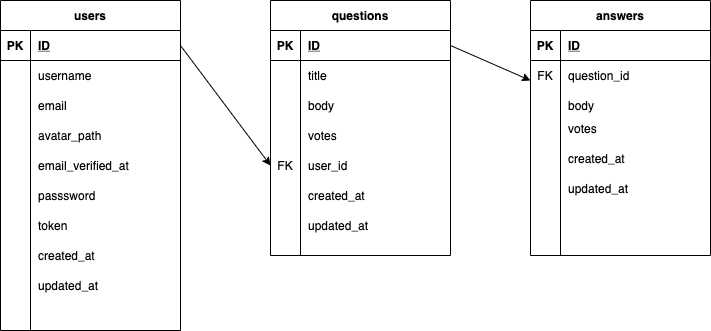
Before: diagram.png, a diagram exported from draw.io (LubovGolikova/laratest). Source tidied: cells renumbered, new cells last; positions are measured from the earlier drawing's top-left corner, leaving out a move shared by most shapes.
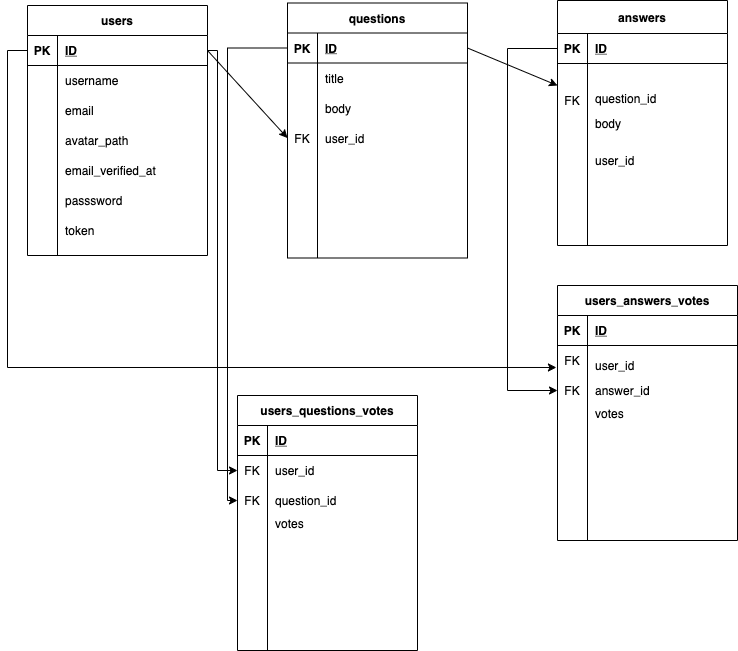
Above is the later version.

Diff of the diagram source:
```diff
@@ -3,7 +3,7 @@
     <mxCell id="0" />
     <mxCell id="1" parent="0" />
     <mxCell id="2" value="questions" style="shape=table;startSize=30;rowLines=0;fontStyle=1;align=center;" parent="1" vertex="1">
-      <mxGeometry x="270" width="180" height="255" as="geometry" />
+      <mxGeometry x="260" y="-2.5" width="180" height="255" as="geometry" />
     </mxCell>
     <mxCell id="3" style="shape=partialRectangle;fillColor=none;top=0;left=0;bottom=1;right=0;points=[[0,0.5],[1,0.5]];portConstraint=eastwest;" parent="2" vertex="1">
       <mxGeometry y="30" width="180" height="30" as="geometry" />
@@ -32,24 +32,24 @@
     <mxCell id="11" value="body" style="shape=partialRectangle;fillColor=none;top=0;left=0;bottom=0;right=0;align=left;spacingLeft=6;overflow=hidden;" parent="9" vertex="1">
       <mxGeometry x="30" width="150" height="30" as="geometry" />
     </mxCell>
+    <mxCell id="15" style="shape=partialRectangle;fillColor=none;top=0;left=0;bottom=0;right=0;points=[[0,0.5],[1,0.5]];portConstraint=eastwest;" parent="2" vertex="1">
+      <mxGeometry y="120" width="180" height="30" as="geometry" />
+    </mxCell>
+    <mxCell id="16" value="FK" style="shape=partialRectangle;fillColor=none;top=0;left=0;bottom=0;right=0;overflow=hidden;" parent="15" vertex="1">
+      <mxGeometry width="30" height="30" as="geometry" />
+    </mxCell>
+    <mxCell id="17" value="user_id" style="shape=partialRectangle;fillColor=none;top=0;left=0;bottom=0;right=0;align=left;spacingLeft=6;overflow=hidden;" parent="15" vertex="1">
+      <mxGeometry x="30" width="150" height="30" as="geometry" />
+    </mxCell>
     <mxCell id="12" style="shape=partialRectangle;fillColor=none;top=0;left=0;bottom=0;right=0;" parent="2" vertex="1">
-      <mxGeometry y="120" width="180" height="30" as="geometry" />
+      <mxGeometry y="150" width="180" height="30" as="geometry" />
     </mxCell>
     <mxCell id="13" style="shape=partialRectangle;fillColor=none;top=0;left=0;bottom=0;right=0;overflow=hidden;" parent="12" vertex="1">
       <mxGeometry width="30" height="30" as="geometry" />
     </mxCell>
-    <mxCell id="14" value="votes" style="shape=partialRectangle;fillColor=none;top=0;left=0;bottom=0;right=0;align=left;spacingLeft=6;overflow=hidden;" parent="12" vertex="1">
+    <mxCell id="14" style="shape=partialRectangle;fillColor=none;top=0;left=0;bottom=0;right=0;align=left;spacingLeft=6;overflow=hidden;" parent="12" vertex="1">
       <mxGeometry x="30" width="150" height="30" as="geometry" />
     </mxCell>
-    <mxCell id="15" style="shape=partialRectangle;fillColor=none;top=0;left=0;bottom=0;right=0;points=[[0,0.5],[1,0.5]];portConstraint=eastwest;" parent="2" vertex="1">
-      <mxGeometry y="150" width="180" height="30" as="geometry" />
-    </mxCell>
-    <mxCell id="16" value="FK" style="shape=partialRectangle;fillColor=none;top=0;left=0;bottom=0;right=0;overflow=hidden;" parent="15" vertex="1">
-      <mxGeometry width="30" height="30" as="geometry" />
-    </mxCell>
-    <mxCell id="17" value="user_id" style="shape=partialRectangle;fillColor=none;top=0;left=0;bottom=0;right=0;align=left;spacingLeft=6;overflow=hidden;" parent="15" vertex="1">
-      <mxGeometry x="30" width="150" height="30" as="geometry" />
-    </mxCell>
     <mxCell id="18" style="shape=partialRectangle;fillColor=none;top=0;left=0;bottom=0;right=0;" parent="2" vertex="1">
       <mxGeometry y="180" width="180" height="20" as="geometry" />
     </mxCell>
@@ -60,7 +60,7 @@
       <mxGeometry x="30" width="150" height="20" as="geometry" />
     </mxCell>
     <mxCell id="21" value="users" style="shape=table;startSize=30;rowLines=0;fontStyle=1;align=center;" parent="1" vertex="1">
-      <mxGeometry width="180" height="330" as="geometry" />
+      <mxGeometry width="180" height="250" as="geometry" />
     </mxCell>
     <mxCell id="22" style="shape=partialRectangle;fillColor=none;top=0;left=0;bottom=1;right=0;points=[[0,0.5],[1,0.5]];portConstraint=eastwest;" parent="21" vertex="1">
       <mxGeometry y="30" width="180" height="30" as="geometry" />
@@ -98,8 +98,8 @@
     <mxCell id="33" value="avatar_path" style="shape=partialRectangle;fillColor=none;top=0;left=0;bottom=0;right=0;align=left;spacingLeft=6;overflow=hidden;" parent="31" vertex="1">
       <mxGeometry x="30" width="150" height="30" as="geometry" />
     </mxCell>
-    <mxCell id="34" value="answers" style="shape=table;startSize=30;rowLines=0;fontStyle=1;align=center;" parent="1" vertex="1">
-      <mxGeometry x="530" width="180" height="255" as="geometry" />
+    <mxCell id="34" value="users_answers_votes" style="shape=table;startSize=30;rowLines=0;fontStyle=1;align=center;" parent="1" vertex="1">
+      <mxGeometry x="530" y="280" width="180" height="255" as="geometry" />
     </mxCell>
     <mxCell id="35" style="shape=partialRectangle;fillColor=none;top=0;left=0;bottom=1;right=0;" parent="34" vertex="1">
       <mxGeometry y="30" width="180" height="30" as="geometry" />
@@ -110,30 +110,27 @@
     <mxCell id="37" value="ID" style="shape=partialRectangle;fillColor=none;top=0;left=0;bottom=0;right=0;align=left;spacingLeft=6;fontStyle=5;overflow=hidden;" parent="35" vertex="1">
       <mxGeometry x="30" width="150" height="30" as="geometry" />
     </mxCell>
+    <mxCell id="41" style="shape=partialRectangle;fillColor=none;top=0;left=0;bottom=0;right=0;points=[[0,0.5],[1,0.5]];portConstraint=eastwest;" parent="34" vertex="1">
+      <mxGeometry y="60" width="180" height="30" as="geometry" />
+    </mxCell>
+    <mxCell id="42" value="FK" style="shape=partialRectangle;fillColor=none;top=0;left=0;bottom=0;right=0;overflow=hidden;" parent="41" vertex="1">
+      <mxGeometry width="30" height="30" as="geometry" />
+    </mxCell>
+    <mxCell id="43" style="shape=partialRectangle;fillColor=none;top=0;left=0;bottom=0;right=0;align=left;spacingLeft=6;overflow=hidden;" parent="41" vertex="1">
+      <mxGeometry x="30" width="150" height="30" as="geometry" />
+    </mxCell>
     <mxCell id="38" style="shape=partialRectangle;fillColor=none;top=0;left=0;bottom=0;right=0;points=[[0,0.5],[1,0.5]];portConstraint=eastwest;" parent="34" vertex="1">
-      <mxGeometry y="60" width="180" height="30" as="geometry" />
+      <mxGeometry y="90" width="180" height="30" as="geometry" />
     </mxCell>
-    <mxCell id="39" style="shape=partialRectangle;fillColor=none;top=0;left=0;bottom=0;right=0;overflow=hidden;" parent="38" vertex="1">
+    <mxCell id="39" value="FK" style="shape=partialRectangle;fillColor=none;top=0;left=0;bottom=0;right=0;overflow=hidden;" parent="38" vertex="1">
       <mxGeometry width="30" height="30" as="geometry" />
     </mxCell>
-    <mxCell id="40" value="question_id" style="shape=partialRectangle;fillColor=none;top=0;left=0;bottom=0;right=0;align=left;spacingLeft=6;overflow=hidden;" parent="38" vertex="1">
+    <mxCell id="40" value="answer_id" style="shape=partialRectangle;fillColor=none;top=0;left=0;bottom=0;right=0;align=left;spacingLeft=6;overflow=hidden;" parent="38" vertex="1">
       <mxGeometry x="30" width="150" height="30" as="geometry" />
     </mxCell>
-    <mxCell id="41" style="shape=partialRectangle;fillColor=none;top=0;left=0;bottom=0;right=0;points=[[0,0.5],[1,0.5]];portConstraint=eastwest;" parent="34" vertex="1">
-      <mxGeometry y="90" width="180" height="30" as="geometry" />
-    </mxCell>
-    <mxCell id="42" style="shape=partialRectangle;fillColor=none;top=0;left=0;bottom=0;right=0;overflow=hidden;" parent="41" vertex="1">
-      <mxGeometry width="30" height="30" as="geometry" />
-    </mxCell>
-    <mxCell id="43" style="shape=partialRectangle;fillColor=none;top=0;left=0;bottom=0;right=0;align=left;spacingLeft=6;overflow=hidden;" parent="41" vertex="1">
-      <mxGeometry x="30" width="150" height="30" as="geometry" />
-    </mxCell>
     <mxCell id="44" value="body" style="shape=partialRectangle;fillColor=none;top=0;left=0;bottom=0;right=0;align=left;spacingLeft=6;overflow=hidden;" parent="1" vertex="1">
-      <mxGeometry x="560" y="90" width="150" height="30" as="geometry" />
+      <mxGeometry x="560" y="102.5" width="150" height="30" as="geometry" />
     </mxCell>
-    <mxCell id="45" value="votes" style="shape=partialRectangle;fillColor=none;top=0;left=0;bottom=0;right=0;align=left;spacingLeft=6;overflow=hidden;" parent="1" vertex="1">
-      <mxGeometry x="560" y="112.5" width="150" height="30" as="geometry" />
-    </mxCell>
     <mxCell id="46" value="email_verified_at" style="shape=partialRectangle;fillColor=none;top=0;left=0;bottom=0;right=0;align=left;spacingLeft=6;overflow=hidden;" parent="1" vertex="1">
       <mxGeometry x="30" y="150" width="150" height="30" as="geometry" />
     </mxCell>
@@ -141,21 +138,12 @@
       <mxGeometry x="30" y="180" width="150" height="30" as="geometry" />
     </mxCell>
     <mxCell id="48" value="FK" style="shape=partialRectangle;fillColor=none;top=0;left=0;bottom=0;right=0;overflow=hidden;" parent="1" vertex="1">
-      <mxGeometry x="530" y="60" width="30" height="30" as="geometry" />
+      <mxGeometry x="530" y="80" width="30" height="30" as="geometry" />
     </mxCell>
-    <mxCell id="49" value="created_at" style="shape=partialRectangle;fillColor=none;top=0;left=0;bottom=0;right=0;align=left;spacingLeft=6;overflow=hidden;" parent="1" vertex="1">
-      <mxGeometry x="300" y="180" width="150" height="30" as="geometry" />
-    </mxCell>
-    <mxCell id="50" value="created_at" style="shape=partialRectangle;fillColor=none;top=0;left=0;bottom=0;right=0;align=left;spacingLeft=6;overflow=hidden;" parent="1" vertex="1">
-      <mxGeometry x="560" y="142.5" width="150" height="30" as="geometry" />
-    </mxCell>
     <mxCell id="51" value="token" style="shape=partialRectangle;fillColor=none;top=0;left=0;bottom=0;right=0;align=left;spacingLeft=6;overflow=hidden;" parent="1" vertex="1">
       <mxGeometry x="30" y="210" width="150" height="30" as="geometry" />
     </mxCell>
-    <mxCell id="52" value="created_at" style="shape=partialRectangle;fillColor=none;top=0;left=0;bottom=0;right=0;align=left;spacingLeft=6;overflow=hidden;" parent="1" vertex="1">
-      <mxGeometry x="30" y="240" width="150" height="30" as="geometry" />
-    </mxCell>
-    <mxCell id="53" style="edgeStyle=none;rounded=0;jettySize=auto;html=1;exitX=1;exitY=0.5;exitDx=0;exitDy=0;entryX=0;entryY=0.5;entryDx=0;entryDy=0;" parent="1" edge="1" source="22" target="15">
+    <mxCell id="53" style="edgeStyle=none;rounded=0;jettySize=auto;html=1;entryX=0;entryY=0.5;entryDx=0;entryDy=0;exitX=1;exitY=0.5;exitDx=0;exitDy=0;" parent="1" edge="1" source="22" target="15">
       <mxGeometry relative="1" as="geometry" />
     </mxCell>
     <mxCell id="54" style="edgeStyle=none;rounded=0;jettySize=auto;html=1;exitX=1;exitY=0.5;exitDx=0;exitDy=0;" parent="1" edge="1" source="3">
@@ -163,14 +151,107 @@
         <mxPoint x="530" y="80" as="targetPoint" />
       </mxGeometry>
     </mxCell>
-    <mxCell id="55" value="updated_at" style="shape=partialRectangle;fillColor=none;top=0;left=0;bottom=0;right=0;align=left;spacingLeft=6;overflow=hidden;" parent="1" vertex="1">
-      <mxGeometry x="30" y="270" width="150" height="30" as="geometry" />
-    </mxCell>
-    <mxCell id="56" value="updated_at" style="shape=partialRectangle;fillColor=none;top=0;left=0;bottom=0;right=0;align=left;spacingLeft=6;overflow=hidden;" parent="1" vertex="1">
-      <mxGeometry x="300" y="210" width="150" height="30" as="geometry" />
-    </mxCell>
-    <mxCell id="57" value="updated_at" style="shape=partialRectangle;fillColor=none;top=0;left=0;bottom=0;right=0;align=left;spacingLeft=6;overflow=hidden;" parent="1" vertex="1">
-      <mxGeometry x="560" y="172.5" width="150" height="30" as="geometry" />
-    </mxCell>
+    <mxCell id="58" value="answers" style="shape=table;startSize=33;rowLines=0;fontStyle=1;align=center;" parent="1" vertex="1">
+      <mxGeometry x="530" y="-5" width="170" height="245" as="geometry" />
+    </mxCell>
+    <mxCell id="59" style="shape=partialRectangle;fillColor=none;top=0;left=0;bottom=1;right=0;points=[[0,0.5],[1,0.5]];portConstraint=eastwest;" parent="58" vertex="1">
+      <mxGeometry y="33" width="170" height="30" as="geometry" />
+    </mxCell>
+    <mxCell id="60" value="PK" style="shape=partialRectangle;fillColor=none;top=0;left=0;bottom=0;right=0;fontStyle=1;overflow=hidden;" parent="59" vertex="1">
+      <mxGeometry width="30" height="30" as="geometry" />
+    </mxCell>
+    <mxCell id="61" value="ID" style="shape=partialRectangle;fillColor=none;top=0;left=0;bottom=0;right=0;align=left;spacingLeft=6;fontStyle=5;overflow=hidden;" parent="59" vertex="1">
+      <mxGeometry x="30" width="140" height="30" as="geometry" />
+    </mxCell>
+    <mxCell id="62" style="shape=partialRectangle;fillColor=none;top=0;left=0;bottom=0;right=0;" parent="58" vertex="1">
+      <mxGeometry y="63" width="170" height="20" as="geometry" />
+    </mxCell>
+    <mxCell id="63" style="shape=partialRectangle;fillColor=none;top=0;left=0;bottom=0;right=0;overflow=hidden;" parent="62" vertex="1">
+      <mxGeometry width="30" height="20" as="geometry" />
+    </mxCell>
+    <mxCell id="64" style="shape=partialRectangle;fillColor=none;top=0;left=0;bottom=0;right=0;align=left;spacingLeft=6;overflow=hidden;" parent="62" vertex="1">
+      <mxGeometry x="30" width="140" height="20" as="geometry" />
+    </mxCell>
+    <mxCell id="65" style="shape=partialRectangle;fillColor=none;top=0;left=0;bottom=0;right=0;" parent="58" vertex="1">
+      <mxGeometry y="83" width="170" height="30" as="geometry" />
+    </mxCell>
+    <mxCell id="66" style="shape=partialRectangle;fillColor=none;top=0;left=0;bottom=0;right=0;overflow=hidden;" parent="65" vertex="1">
+      <mxGeometry width="30" height="30" as="geometry" />
+    </mxCell>
+    <mxCell id="67" value="question_id" style="shape=partialRectangle;fillColor=none;top=0;left=0;bottom=0;right=0;align=left;spacingLeft=6;overflow=hidden;" parent="65" vertex="1">
+      <mxGeometry x="30" width="140" height="30" as="geometry" />
+    </mxCell>
+    <mxCell id="68" value="users_questions_votes" style="shape=table;startSize=30;rowLines=0;fontStyle=1;align=center;" parent="1" vertex="1">
+      <mxGeometry x="210" y="390" width="180" height="255" as="geometry" />
+    </mxCell>
+    <mxCell id="69" style="shape=partialRectangle;fillColor=none;top=0;left=0;bottom=1;right=0;" parent="68" vertex="1">
+      <mxGeometry y="30" width="180" height="30" as="geometry" />
+    </mxCell>
+    <mxCell id="70" value="PK" style="shape=partialRectangle;fillColor=none;top=0;left=0;bottom=0;right=0;fontStyle=1;overflow=hidden;" parent="69" vertex="1">
+      <mxGeometry width="30" height="30" as="geometry" />
+    </mxCell>
+    <mxCell id="71" value="ID" style="shape=partialRectangle;fillColor=none;top=0;left=0;bottom=0;right=0;align=left;spacingLeft=6;fontStyle=5;overflow=hidden;" parent="69" vertex="1">
+      <mxGeometry x="30" width="150" height="30" as="geometry" />
+    </mxCell>
+    <mxCell id="72" style="shape=partialRectangle;fillColor=none;top=0;left=0;bottom=0;right=0;points=[[0,0.5],[1,0.5]];portConstraint=eastwest;" parent="68" vertex="1">
+      <mxGeometry y="60" width="180" height="30" as="geometry" />
+    </mxCell>
+    <mxCell id="73" value="FK" style="shape=partialRectangle;fillColor=none;top=0;left=0;bottom=0;right=0;overflow=hidden;" parent="72" vertex="1">
+      <mxGeometry width="30" height="30" as="geometry" />
+    </mxCell>
+    <mxCell id="74" style="shape=partialRectangle;fillColor=none;top=0;left=0;bottom=0;right=0;align=left;spacingLeft=6;overflow=hidden;" parent="72" vertex="1">
+      <mxGeometry x="30" width="150" height="30" as="geometry" />
+    </mxCell>
+    <mxCell id="75" style="shape=partialRectangle;fillColor=none;top=0;left=0;bottom=0;right=0;points=[[0,0.5],[1,0.5]];portConstraint=eastwest;" parent="68" vertex="1">
+      <mxGeometry y="90" width="180" height="30" as="geometry" />
+    </mxCell>
+    <mxCell id="76" value="FK" style="shape=partialRectangle;fillColor=none;top=0;left=0;bottom=0;right=0;overflow=hidden;" parent="75" vertex="1">
+      <mxGeometry width="30" height="30" as="geometry" />
+    </mxCell>
+    <mxCell id="77" value="question_id" style="shape=partialRectangle;fillColor=none;top=0;left=0;bottom=0;right=0;align=left;spacingLeft=6;overflow=hidden;" parent="75" vertex="1">
+      <mxGeometry x="30" width="150" height="30" as="geometry" />
+    </mxCell>
+    <mxCell id="78" value="user_id" style="shape=partialRectangle;fillColor=none;top=0;left=0;bottom=0;right=0;align=left;spacingLeft=6;overflow=hidden;" parent="1" vertex="1">
+      <mxGeometry x="240" y="450" width="150" height="30" as="geometry" />
+    </mxCell>
+    <mxCell id="79" value="user_id" style="shape=partialRectangle;fillColor=none;top=0;left=0;bottom=0;right=0;align=left;spacingLeft=6;overflow=hidden;" parent="1" vertex="1">
+      <mxGeometry x="560" y="345" width="150" height="30" as="geometry" />
+    </mxCell>
+    <mxCell id="80" value="user_id" style="shape=partialRectangle;fillColor=none;top=0;left=0;bottom=0;right=0;align=left;spacingLeft=6;overflow=hidden;" parent="1" vertex="1">
+      <mxGeometry x="560" y="140" width="150" height="30" as="geometry" />
+    </mxCell>
+    <mxCell id="81" value="votes" style="shape=partialRectangle;fillColor=none;top=0;left=0;bottom=0;right=0;align=left;spacingLeft=6;overflow=hidden;" parent="1" vertex="1">
+      <mxGeometry x="240" y="502.5" width="150" height="30" as="geometry" />
+    </mxCell>
+    <mxCell id="82" value="votes" style="shape=partialRectangle;fillColor=none;top=0;left=0;bottom=0;right=0;align=left;spacingLeft=6;overflow=hidden;" parent="1" vertex="1">
+      <mxGeometry x="560" y="392.5" width="150" height="30" as="geometry" />
+    </mxCell>
+    <mxCell id="83" style="edgeStyle=orthogonalEdgeStyle;rounded=0;jettySize=auto;html=1;exitX=1;exitY=0.5;exitDx=0;exitDy=0;entryX=0;entryY=0.5;entryDx=0;entryDy=0;" parent="1" edge="1" source="22" target="72">
+      <mxGeometry relative="1" as="geometry">
+        <Array as="points">
+          <mxPoint x="190" y="45" />
+          <mxPoint x="190" y="465" />
+        </Array>
+      </mxGeometry>
+    </mxCell>
+    <mxCell id="84" style="edgeStyle=orthogonalEdgeStyle;rounded=0;jettySize=auto;html=1;exitX=0;exitY=0.5;exitDx=0;exitDy=0;entryX=-0.006;entryY=0.733;entryDx=0;entryDy=0;entryPerimeter=0;" parent="1" edge="1" source="22" target="41">
+      <mxGeometry relative="1" as="geometry" />
+    </mxCell>
+    <mxCell id="85" style="edgeStyle=orthogonalEdgeStyle;rounded=0;jettySize=auto;html=1;entryX=0;entryY=0.5;entryDx=0;entryDy=0;" parent="1" edge="1" source="3" target="75">
+      <mxGeometry relative="1" as="geometry">
+        <Array as="points">
+          <mxPoint x="200" y="43" />
+          <mxPoint x="200" y="495" />
+        </Array>
+      </mxGeometry>
+    </mxCell>
+    <mxCell id="86" style="edgeStyle=orthogonalEdgeStyle;rounded=0;jettySize=auto;html=1;exitX=0;exitY=0.5;exitDx=0;exitDy=0;entryX=0;entryY=0.5;entryDx=0;entryDy=0;" parent="1" edge="1" source="59" target="38">
+      <mxGeometry relative="1" as="geometry">
+        <Array as="points">
+          <mxPoint x="480" y="43" />
+          <mxPoint x="480" y="385" />
+        </Array>
+      </mxGeometry>
+    </mxCell>
   </root>
 </mxGraphModel>
```
